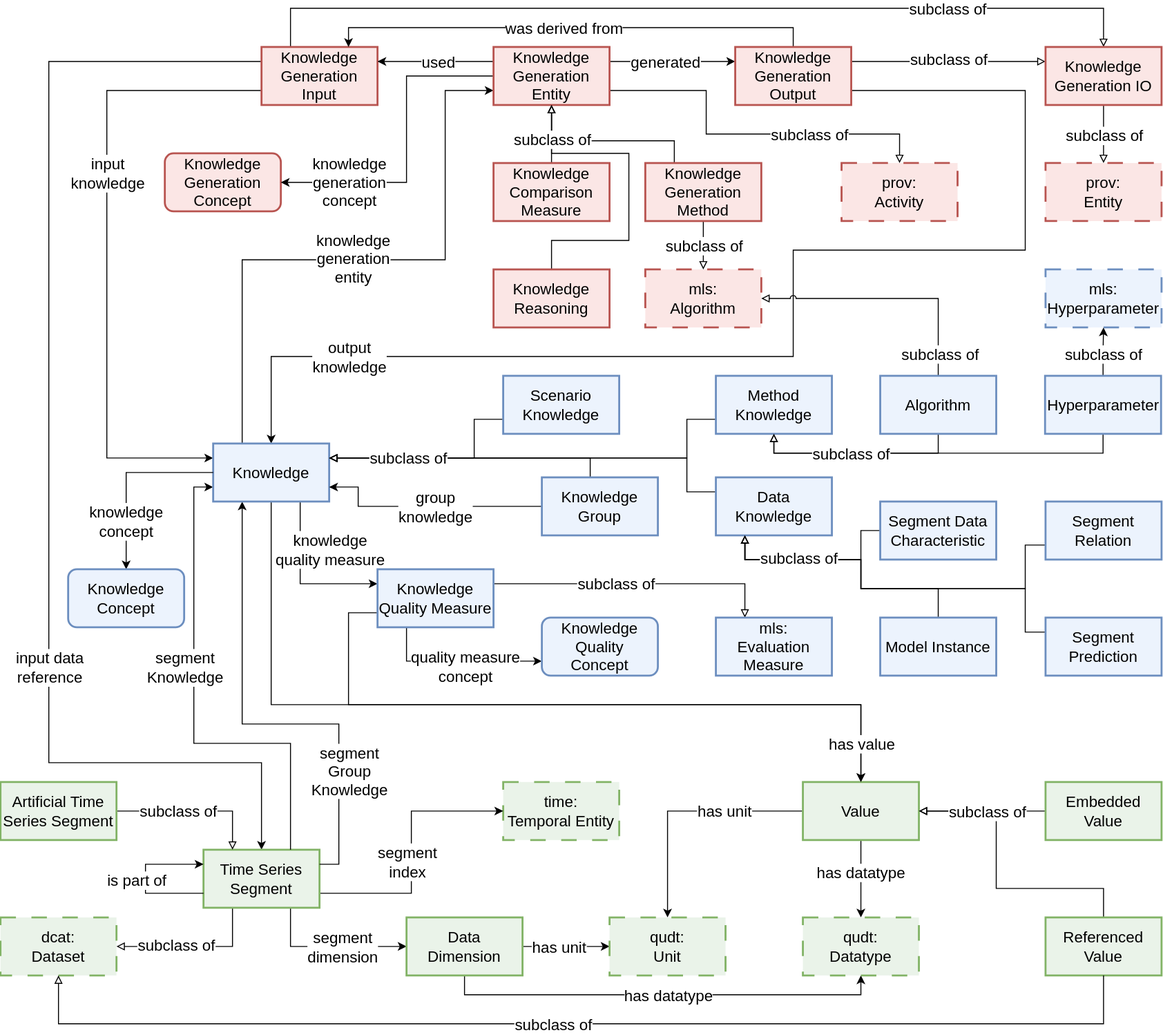
This is assets/images/semts.svg from semts-ontology/SemTS, a draw.io export, as it was before one commit. Source tidied: cells renumbered, new cells last; positions are measured from the earlier drawing's top-left corner, leaving out a move shared by most shapes.
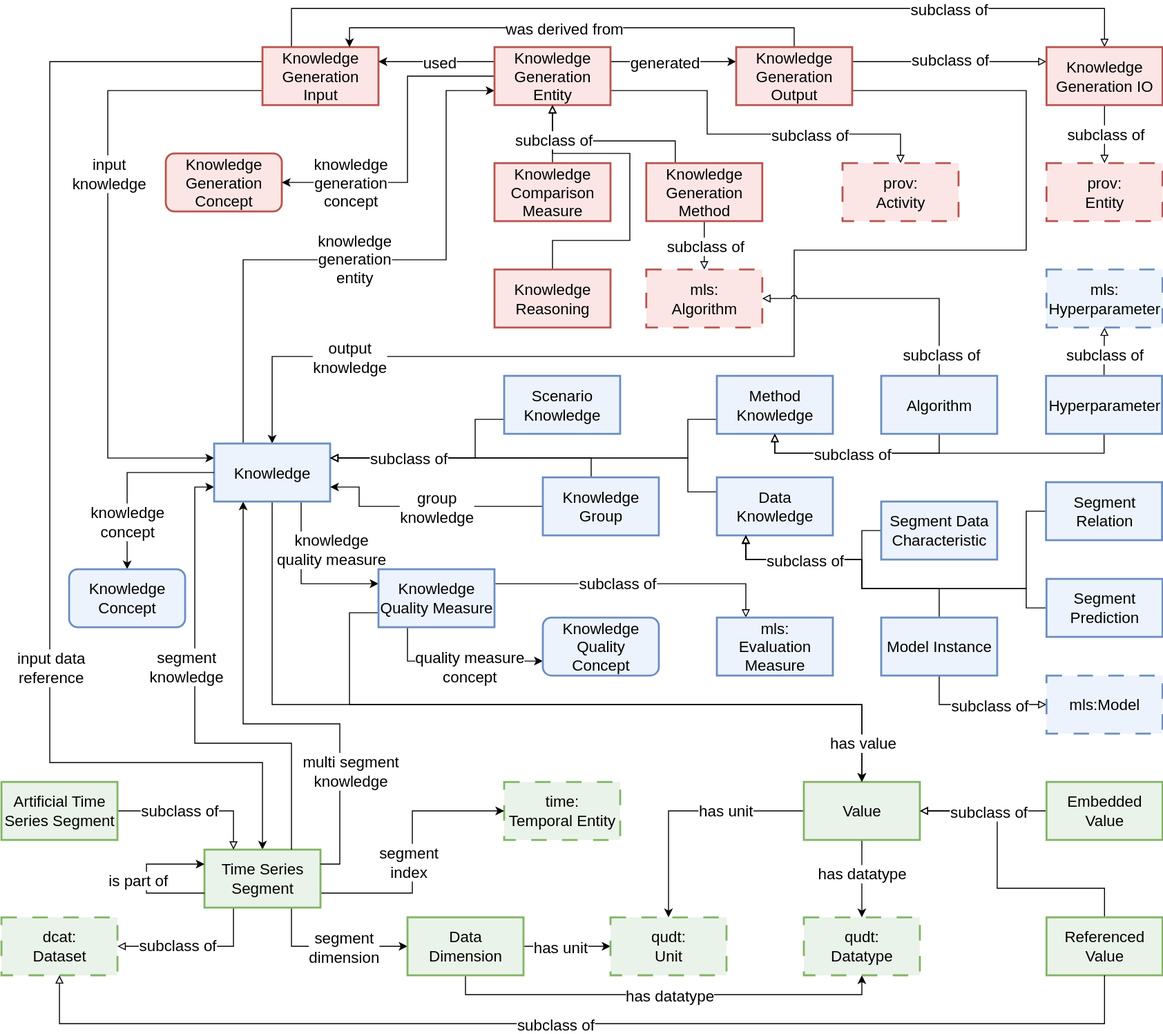
After the commit.

Change to the diagram source:
```diff
@@ -299,7 +299,7 @@
         </Array>
       </mxGeometry>
     </mxCell>
-    <mxCell id="65" value="segment&lt;br&gt;Knowledge" style="edgeLabel;html=1;align=center;verticalAlign=middle;fontSize=16;" parent="64" vertex="1">
+    <mxCell id="65" value="segment&lt;br&gt;knowledge" style="edgeLabel;html=1;align=center;verticalAlign=middle;fontSize=16;" parent="64" vertex="1">
       <mxGeometry x="-0.19" y="-1" relative="1" as="geometry">
         <mxPoint x="-9" y="4" as="offset" />
       </mxGeometry>
@@ -313,7 +313,7 @@
         </Array>
       </mxGeometry>
     </mxCell>
-    <mxCell id="67" value="segment&lt;br&gt;Group&lt;br&gt;Knowledge" style="edgeLabel;html=1;align=center;verticalAlign=middle;fontSize=16;" parent="66" vertex="1">
+    <mxCell id="67" value="multi segment&lt;div&gt;knowledge&lt;br&gt;&lt;/div&gt;" style="edgeLabel;html=1;align=center;verticalAlign=middle;fontSize=16;" parent="66" vertex="1">
       <mxGeometry x="0.53" relative="1" as="geometry">
         <mxPoint x="10" as="offset" />
       </mxGeometry>
@@ -414,7 +414,7 @@
     </mxCell>
     <mxCell id="86" value="quality measure&lt;br&gt;concept" style="edgeLabel;html=1;align=center;verticalAlign=middle;fontStyle=0;fontSize=16;" parent="85" vertex="1">
       <mxGeometry x="0.05" y="-2" relative="1" as="geometry">
-        <mxPoint x="3" y="3" as="offset" />
+        <mxPoint x="7" y="3" as="offset" />
       </mxGeometry>
     </mxCell>
     <mxCell id="87" style="edgeStyle=orthogonalEdgeStyle;rounded=0;jettySize=auto;html=1;exitX=0;exitY=0.75;exitDx=0;exitDy=0;entryX=0.5;entryY=0;entryDx=0;entryDy=0;" parent="1" edge="1" source="89" target="47">
@@ -467,6 +467,14 @@
         </Array>
       </mxGeometry>
     </mxCell>
+    <mxCell id="126" style="edgeStyle=orthogonalEdgeStyle;rounded=0;jettySize=auto;html=1;exitX=0.5;exitY=1;exitDx=0;exitDy=0;entryX=0;entryY=0.5;entryDx=0;entryDy=0;endArrow=block;endFill=0;" parent="1" edge="1" source="98" target="128">
+      <mxGeometry relative="1" as="geometry" />
+    </mxCell>
+    <mxCell id="127" value="subclass of" style="edgeLabel;html=1;align=center;verticalAlign=middle;fontSize=16;" parent="126" vertex="1">
+      <mxGeometry x="0.04" y="-4" relative="1" as="geometry">
+        <mxPoint x="7" y="-4" as="offset" />
+      </mxGeometry>
+    </mxCell>
     <mxCell id="98" value="Model Instance" style="whiteSpace=wrap;html=1;fillColor=#dae8fc;strokeColor=#6c8ebf;fillOpacity=50;rounded=0;fontSize=16;fontStyle=0;strokeWidth=2;" parent="1" vertex="1">
       <mxGeometry x="910" y="630" width="120" height="60" as="geometry" />
     </mxCell>
@@ -526,10 +534,10 @@
     <mxCell id="110" value="&lt;span&gt;mls: &lt;br&gt;Algorithm&lt;/span&gt;" style="whiteSpace=wrap;html=1;fillColor=#f8cecc;strokeColor=#b85450;fillOpacity=50;rounded=0;fontSize=16;fontStyle=0;strokeWidth=2;dashed=1;dashPattern=8 8;" parent="1" vertex="1">
       <mxGeometry x="667" y="270" width="120" height="60" as="geometry" />
     </mxCell>
-    <mxCell id="111" style="edgeStyle=orthogonalEdgeStyle;rounded=0;jettySize=auto;html=1;exitX=0;exitY=0.25;exitDx=0;exitDy=0;entryX=0.25;entryY=1;entryDx=0;entryDy=0;endArrow=block;endFill=0;fontSize=16;fontStyle=0;" parent="1" edge="1" source="112" target="75">
+    <mxCell id="111" style="edgeStyle=orthogonalEdgeStyle;rounded=0;jettySize=auto;html=1;exitX=0;exitY=0.5;exitDx=0;exitDy=0;entryX=0.25;entryY=1;entryDx=0;entryDy=0;endArrow=block;endFill=0;fontSize=16;fontStyle=0;" parent="1" edge="1" source="112" target="75">
       <mxGeometry relative="1" as="geometry">
         <Array as="points">
-          <mxPoint x="1060" y="645" />
+          <mxPoint x="1060" y="620" />
           <mxPoint x="1060" y="600" />
           <mxPoint x="890" y="600" />
           <mxPoint x="890" y="570" />
@@ -538,12 +546,12 @@
       </mxGeometry>
     </mxCell>
     <mxCell id="112" value="&lt;span&gt;Segment Prediction&lt;/span&gt;" style="whiteSpace=wrap;html=1;fillColor=#dae8fc;strokeColor=#6c8ebf;fillOpacity=50;rounded=0;fontSize=16;fontStyle=0;strokeWidth=2;" parent="1" vertex="1">
-      <mxGeometry x="1081" y="630" width="120" height="60" as="geometry" />
+      <mxGeometry x="1081" y="590" width="120" height="60" as="geometry" />
     </mxCell>
-    <mxCell id="113" style="edgeStyle=orthogonalEdgeStyle;rounded=0;jettySize=auto;html=1;exitX=0;exitY=0.75;exitDx=0;exitDy=0;entryX=0.25;entryY=1;entryDx=0;entryDy=0;endArrow=block;endFill=0;fontSize=16;fontStyle=0;" parent="1" edge="1" source="115" target="75">
+    <mxCell id="113" style="edgeStyle=orthogonalEdgeStyle;rounded=0;jettySize=auto;html=1;exitX=0;exitY=0.5;exitDx=0;exitDy=0;entryX=0.25;entryY=1;entryDx=0;entryDy=0;endArrow=block;endFill=0;fontSize=16;fontStyle=0;" parent="1" edge="1" source="115" target="75">
       <mxGeometry relative="1" as="geometry">
         <Array as="points">
-          <mxPoint x="1060" y="555" />
+          <mxPoint x="1060" y="520" />
           <mxPoint x="1060" y="600" />
           <mxPoint x="890" y="600" />
           <mxPoint x="890" y="570" />
@@ -553,11 +561,11 @@
     </mxCell>
     <mxCell id="114" value="&lt;span&gt;&lt;font&gt;subclass of&lt;/font&gt;&lt;/span&gt;" style="edgeLabel;html=1;align=center;verticalAlign=middle;fontSize=16;fontStyle=0;" parent="113" vertex="1">
       <mxGeometry x="0.68" y="5" relative="1" as="geometry">
-        <mxPoint x="14" y="-7" as="offset" />
+        <mxPoint x="14" y="-5" as="offset" />
       </mxGeometry>
     </mxCell>
     <mxCell id="115" value="&lt;span&gt;Segment&lt;br&gt;Relation&lt;/span&gt;" style="whiteSpace=wrap;html=1;fillColor=#dae8fc;strokeColor=#6c8ebf;fillOpacity=50;rounded=0;fontSize=16;fontStyle=0;strokeWidth=2;" parent="1" vertex="1">
-      <mxGeometry x="1081" y="510" width="120" height="60" as="geometry" />
+      <mxGeometry x="1080.5" y="490" width="120" height="60" as="geometry" />
     </mxCell>
     <mxCell id="116" style="edgeStyle=orthogonalEdgeStyle;rounded=0;jettySize=auto;html=1;exitX=0.5;exitY=0;exitDx=0;exitDy=0;entryX=1;entryY=0.5;entryDx=0;entryDy=0;jumpStyle=arc;endArrow=block;endFill=0;fontSize=16;fontStyle=0;" parent="1" edge="1" source="119" target="110">
       <mxGeometry relative="1" as="geometry" />
@@ -581,7 +589,7 @@
         <mxPoint x="19" as="offset" />
       </mxGeometry>
     </mxCell>
-    <mxCell id="122" style="edgeStyle=orthogonalEdgeStyle;rounded=0;jettySize=auto;html=1;exitX=0.5;exitY=0;exitDx=0;exitDy=0;entryX=0.5;entryY=1;entryDx=0;entryDy=0;fontSize=16;fontStyle=0;" parent="1" edge="1" source="124" target="125">
+    <mxCell id="122" style="edgeStyle=orthogonalEdgeStyle;rounded=0;jettySize=auto;html=1;exitX=0.5;exitY=0;exitDx=0;exitDy=0;entryX=0.5;entryY=1;entryDx=0;entryDy=0;fontSize=16;fontStyle=0;endArrow=block;endFill=0;" parent="1" edge="1" source="124" target="125">
       <mxGeometry relative="1" as="geometry" />
     </mxCell>
     <mxCell id="123" value="&lt;span&gt;&lt;font&gt;subclass of&lt;/font&gt;&lt;/span&gt;" style="edgeLabel;html=1;align=center;verticalAlign=middle;fontSize=16;fontStyle=0;" parent="122" vertex="1">
@@ -595,5 +603,8 @@
     <mxCell id="125" value="mls: &lt;br&gt;Hyperparameter" style="whiteSpace=wrap;html=1;fillColor=#dae8fc;strokeColor=#6c8ebf;fillOpacity=50;rounded=0;fontSize=16;fontStyle=0;strokeWidth=2;dashed=1;dashPattern=8 8;" parent="1" vertex="1">
       <mxGeometry x="1081" y="270" width="120" height="60" as="geometry" />
     </mxCell>
+    <mxCell id="128" value="mls:Model" style="whiteSpace=wrap;html=1;fillColor=#dae8fc;strokeColor=#6c8ebf;fillOpacity=50;rounded=0;fontSize=16;fontStyle=0;strokeWidth=2;dashed=1;dashPattern=8 8;" parent="1" vertex="1">
+      <mxGeometry x="1081" y="690" width="120" height="60" as="geometry" />
+    </mxCell>
   </root>
 </mxGraphModel>
```
